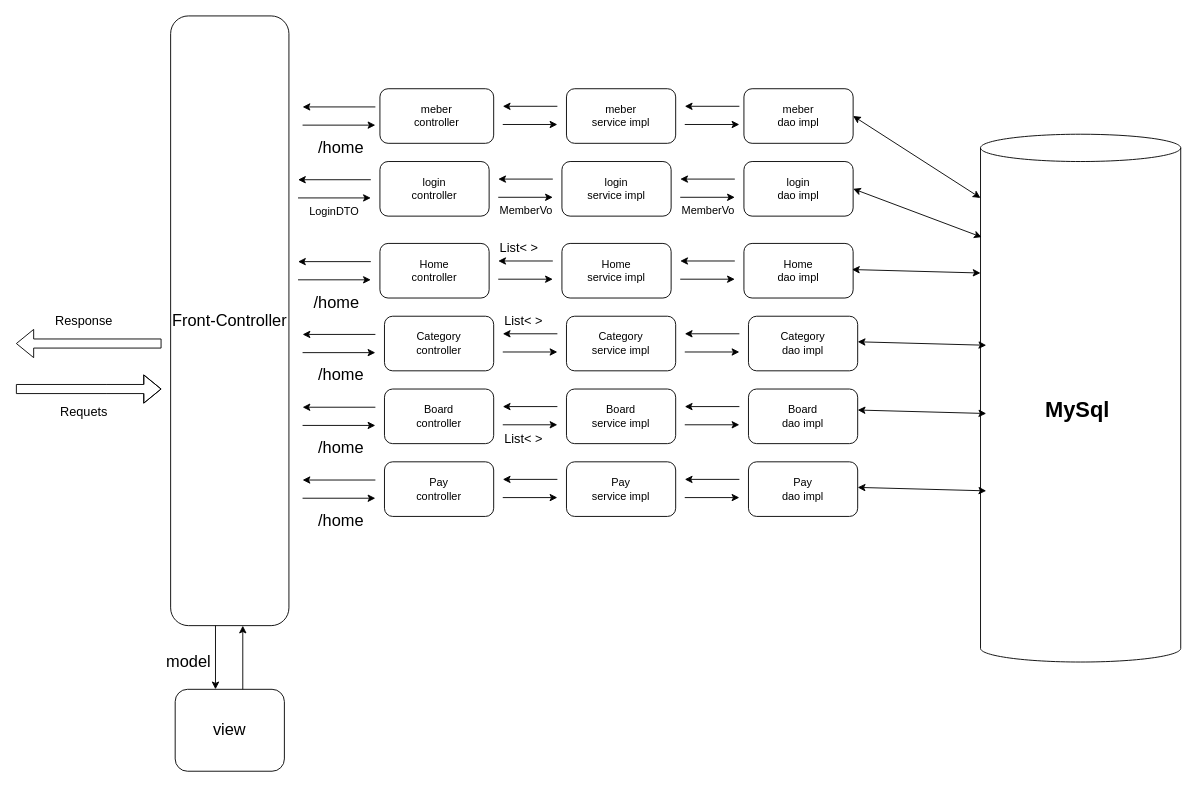
This is Untitled Diagram.drawio from RealWarm/Board_example, a draw.io file, before an edit. Source tidied: cells renumbered, new cells numbered last; positions are measured from the earlier drawing's top-left corner, leaving out a move shared by most shapes. Both pictures are drawn from the tidied source at 91%, with x=0, y=0 at pixel (15, 15).
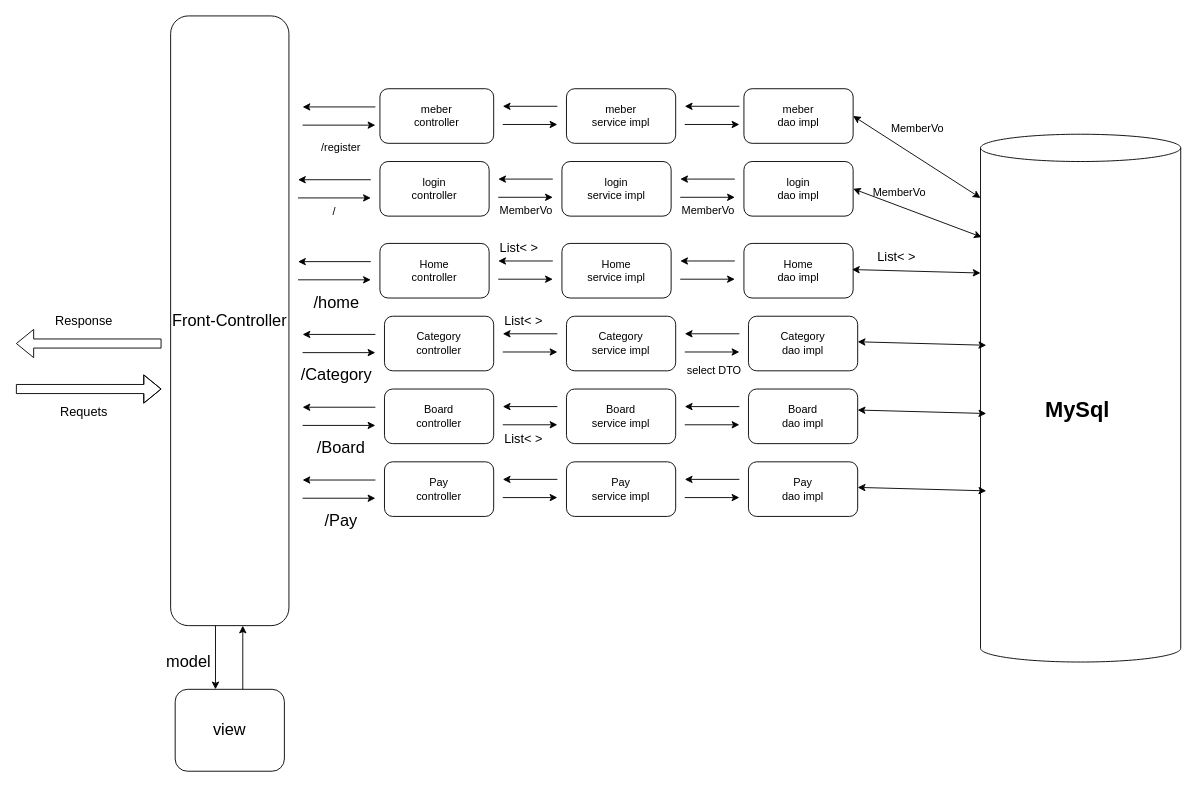
The same page after the edit.

Change to the diagram source:
```diff
@@
-    <mxCell id="30" value="LoginDTO" style="text;html=1;strokeColor=none;fillColor=none;align=center;verticalAlign=middle;whiteSpace=wrap;rounded=0;" parent="1" vertex="1">
+    <mxCell id="30" value="/" style="text;html=1;strokeColor=none;fillColor=none;align=center;verticalAlign=middle;whiteSpace=wrap;rounded=0;" parent="1" vertex="1">
       <mxGeometry x="315" y="200" width="70" height="30" as="geometry" />
     </mxCell>
@@
-    <mxCell id="40" value="&lt;font style=&quot;font-size: 18px&quot;&gt;/home&lt;/font&gt;" style="text;html=1;strokeColor=none;fillColor=none;align=center;verticalAlign=middle;whiteSpace=wrap;rounded=0;" parent="1" vertex="1">
-      <mxGeometry x="330" y="380" width="55" height="30" as="geometry" />
+    <mxCell id="40" value="&lt;font style=&quot;font-size: 18px&quot;&gt;/Category&lt;/font&gt;" style="text;html=1;strokeColor=none;fillColor=none;align=center;verticalAlign=middle;whiteSpace=wrap;rounded=0;" parent="1" vertex="1">
+      <mxGeometry x="325" y="380" width="55" height="30" as="geometry" />
     </mxCell>
@@
-    <mxCell id="51" value="&lt;font style=&quot;font-size: 18px&quot;&gt;/home&lt;/font&gt;" style="text;html=1;strokeColor=none;fillColor=none;align=center;verticalAlign=middle;whiteSpace=wrap;rounded=0;" parent="1" vertex="1">
+    <mxCell id="51" value="&lt;font style=&quot;font-size: 18px&quot;&gt;/Board&lt;/font&gt;" style="text;html=1;strokeColor=none;fillColor=none;align=center;verticalAlign=middle;whiteSpace=wrap;rounded=0;" parent="1" vertex="1">
       <mxGeometry x="330" y="460" width="55" height="30" as="geometry" />
     </mxCell>
@@
-    <mxCell id="62" value="&lt;font style=&quot;font-size: 18px&quot;&gt;/home&lt;/font&gt;" style="text;html=1;strokeColor=none;fillColor=none;align=center;verticalAlign=middle;whiteSpace=wrap;rounded=0;" parent="1" vertex="1">
+    <mxCell id="62" value="&lt;font style=&quot;font-size: 18px&quot;&gt;/Pay&lt;/font&gt;" style="text;html=1;strokeColor=none;fillColor=none;align=center;verticalAlign=middle;whiteSpace=wrap;rounded=0;" parent="1" vertex="1">
       <mxGeometry x="330" y="540" width="55" height="30" as="geometry" />
     </mxCell>
@@
-    <mxCell id="72" value="&lt;font style=&quot;font-size: 18px&quot;&gt;/home&lt;/font&gt;" style="text;html=1;strokeColor=none;fillColor=none;align=center;verticalAlign=middle;whiteSpace=wrap;rounded=0;" parent="1" vertex="1">
+    <mxCell id="72" value="&lt;font style=&quot;font-size: 12px&quot;&gt;/register&lt;/font&gt;" style="text;html=1;strokeColor=none;fillColor=none;align=center;verticalAlign=middle;whiteSpace=wrap;rounded=0;" parent="1" vertex="1">
       <mxGeometry x="330" y="130" width="55" height="30" as="geometry" />
     </mxCell>
@@
+    <mxCell id="83" value="MemberVo" style="text;whiteSpace=wrap;html=1;" parent="1" vertex="1">
+      <mxGeometry x="960" y="110" width="80" height="30" as="geometry" />
+    </mxCell>
+    <mxCell id="84" value="MemberVo" style="text;whiteSpace=wrap;html=1;" parent="1" vertex="1">
+      <mxGeometry x="940" y="180" width="80" height="30" as="geometry" />
+    </mxCell>
+    <mxCell id="85" value="&lt;font style=&quot;font-size: 14px&quot;&gt;List&amp;lt; &amp;gt;&lt;/font&gt;" style="text;whiteSpace=wrap;html=1;" parent="1" vertex="1">
+      <mxGeometry x="945" y="250" width="70" height="30" as="geometry" />
+    </mxCell>
+    <mxCell id="86" value="select DTO" style="text;html=1;strokeColor=none;fillColor=none;align=center;verticalAlign=middle;whiteSpace=wrap;rounded=0;" parent="1" vertex="1">
+      <mxGeometry x="730" y="380" width="75" height="20" as="geometry" />
+    </mxCell>
```
